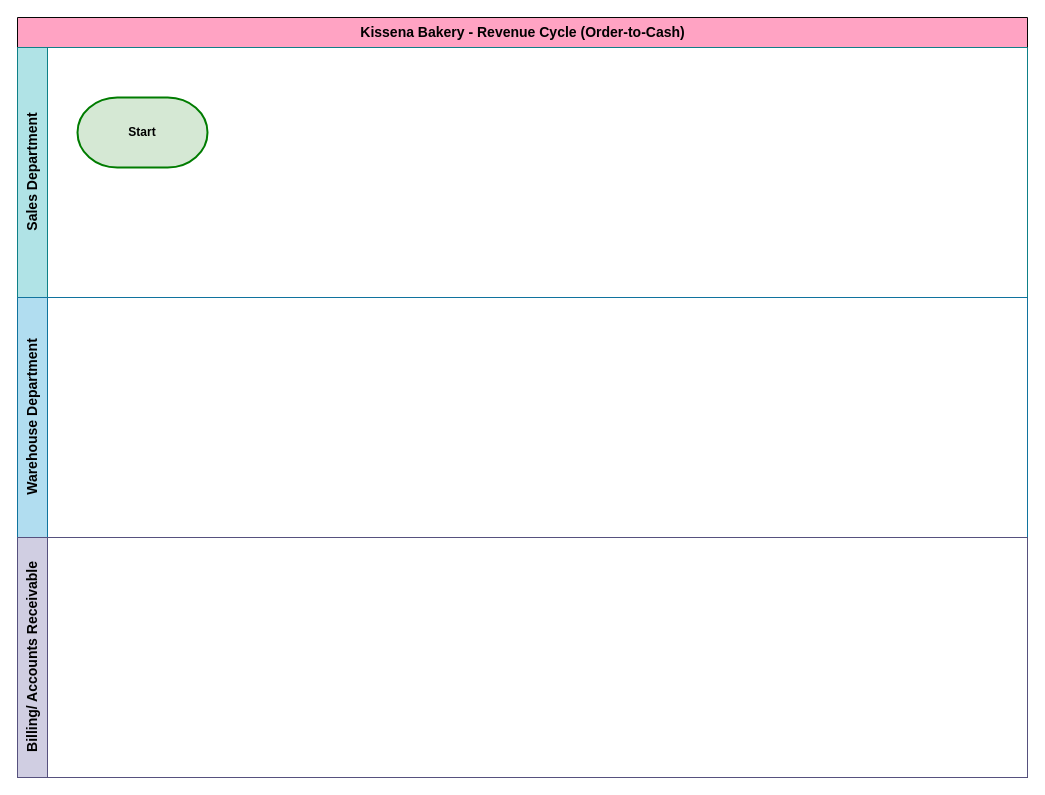
talyasharoni51-a11y/drawio keeps this draw.io diagram as page "Page-1" (1 of 2) of Revenue_Cycle_Controls.drawio. Above is the earlier version. Source tidied: cells renumbered, new cells numbered last; positions are measured from the earlier drawing's top-left corner, leaving out a move shared by most shapes. Both pictures are drawn from the tidied source at 100%, with x=0, y=0 at pixel (17, 17).
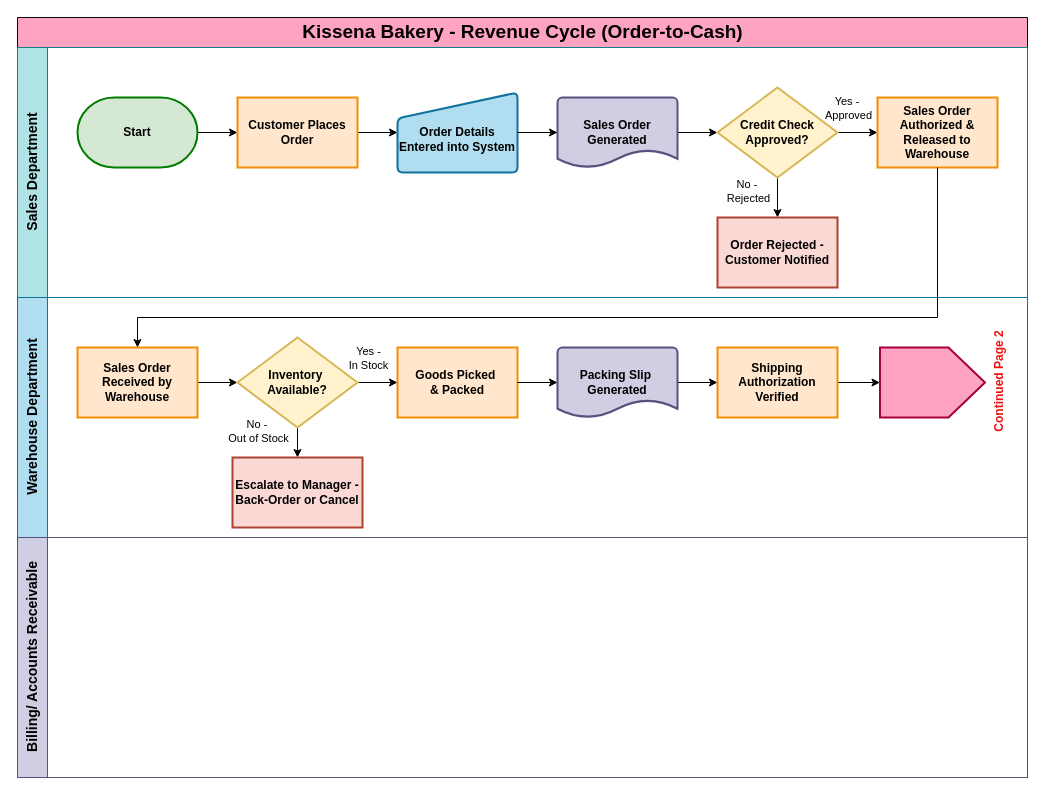
Above is the later version.

Unchanged cells that the change refers to:
```xml
<mxCell id="3" value="&lt;font style=&quot;font-size: 14px;&quot;&gt;Sales Department&lt;/font&gt;" style="swimlane;startSize=30;horizontal=0;html=1;fillColor=#b0e3e6;strokeColor=#0e8088;" parent="2" vertex="1">
  <mxGeometry y="30" width="1010" height="250" as="geometry" />
</mxCell>
<mxCell id="5" value="&lt;font style=&quot;font-size: 14px;&quot;&gt;Warehouse Department&lt;/font&gt;" style="swimlane;startSize=30;horizontal=0;html=1;fillColor=#b1ddf0;strokeColor=#10739e;" parent="2" vertex="1">
  <mxGeometry y="280" width="1010" height="240" as="geometry" />
</mxCell>
```

Diff of the diagram source:
```diff
@@
-    <mxCell id="2" value="&lt;font style=&quot;font-size: 14px;&quot;&gt;Kissena Bakery - Revenue Cycle (Order-to-Cash)&lt;/font&gt;" style="swimlane;horizontal=1;startSize=30;html=1;fillColor=light-dark(#ffa3c3, #512d2b);strokeColor=light-dark(#050505, #d7817e);" parent="1" vertex="1">
+    <mxCell id="2" value="&lt;font&gt;Kissena Bakery - Revenue Cycle (Order-to-Cash)&lt;/font&gt;" style="swimlane;horizontal=1;startSize=30;html=1;fillColor=light-dark(#ffa3c3, #ff90f3);strokeColor=light-dark(#050505, #d7817e);fontSize=19;" parent="1" vertex="1">
       <mxGeometry width="1010" height="760" as="geometry" />
     </mxCell>
@@
+    <mxCell id="7" style="edgeStyle=orthogonalEdgeStyle;rounded=0;jettySize=auto;html=1;exitX=1;exitY=0.5;exitDx=0;exitDy=0;exitPerimeter=0;entryX=0;entryY=0.5;entryDx=0;entryDy=0;" parent="3" edge="1" source="4" target="9">
+      <mxGeometry relative="1" as="geometry" />
+    </mxCell>
     <mxCell id="4" value="&lt;b&gt;Start&lt;/b&gt;" style="strokeWidth=2;html=1;shape=mxgraph.flowchart.terminator;whiteSpace=wrap;fillColor=#d5e8d4;strokeColor=#007C00;" parent="3" vertex="1">
-      <mxGeometry x="60" y="50" width="130" height="70" as="geometry" />
+      <mxGeometry x="60" y="50" width="120" height="70" as="geometry" />
     </mxCell>
+    <mxCell id="8" style="edgeStyle=orthogonalEdgeStyle;rounded=0;jettySize=auto;html=1;exitX=1;exitY=0.5;exitDx=0;exitDy=0;entryX=0;entryY=0.5;entryDx=0;entryDy=0;" parent="3" edge="1" source="9" target="10">
+      <mxGeometry relative="1" as="geometry" />
+    </mxCell>
+    <mxCell id="9" value="&lt;b&gt;Customer Places Order&lt;/b&gt;" style="html=1;dashed=0;whiteSpace=wrap;fillColor=#ffe6cc;strokeColor=light-dark(#f08e05, #996500);strokeWidth=2;" parent="3" vertex="1">
+      <mxGeometry x="220" y="50" width="120" height="70" as="geometry" />
+    </mxCell>
+    <mxCell id="10" value="&lt;div&gt;&lt;b&gt;&lt;br&gt;&lt;/b&gt;&lt;/div&gt;&lt;b&gt;Order Details Entered into System&lt;/b&gt;" style="html=1;strokeWidth=2;shape=manualInput;whiteSpace=wrap;rounded=1;size=26;arcSize=11;fillColor=#b1ddf0;strokeColor=#10739e;" parent="3" vertex="1">
+      <mxGeometry x="380" y="45" width="120" height="80" as="geometry" />
+    </mxCell>
+    <mxCell id="11" style="edgeStyle=orthogonalEdgeStyle;rounded=0;jettySize=auto;html=1;exitX=1;exitY=0.5;exitDx=0;exitDy=0;exitPerimeter=0;entryX=0;entryY=0.5;entryDx=0;entryDy=0;" parent="3" edge="1" source="12" target="17">
+      <mxGeometry relative="1" as="geometry" />
+    </mxCell>
+    <mxCell id="12" value="&lt;b&gt;Sales Order Generated&lt;/b&gt;" style="strokeWidth=2;html=1;shape=mxgraph.flowchart.document2;whiteSpace=wrap;size=0.25;fillColor=#d0cee2;strokeColor=#56517e;" parent="3" vertex="1">
+      <mxGeometry x="540" y="50" width="120" height="70" as="geometry" />
+    </mxCell>
+    <mxCell id="13" style="edgeStyle=orthogonalEdgeStyle;rounded=0;jettySize=auto;html=1;exitX=0.5;exitY=1;exitDx=0;exitDy=0;entryX=0.5;entryY=0;entryDx=0;entryDy=0;" parent="3" edge="1" source="17" target="18">
+      <mxGeometry relative="1" as="geometry" />
+    </mxCell>
+    <mxCell id="14" value="No -&amp;nbsp;&lt;div&gt;Rejected&lt;/div&gt;" style="edgeLabel;html=1;align=center;verticalAlign=middle;" parent="13" vertex="1">
+      <mxGeometry x="-0.37" y="1" relative="1" as="geometry">
+        <mxPoint x="-31" as="offset" />
+      </mxGeometry>
+    </mxCell>
+    <mxCell id="15" style="edgeStyle=orthogonalEdgeStyle;rounded=0;jettySize=auto;html=1;exitX=1;exitY=0.5;exitDx=0;exitDy=0;entryX=0;entryY=0.5;entryDx=0;entryDy=0;" parent="3" edge="1" source="17" target="19">
+      <mxGeometry relative="1" as="geometry" />
+    </mxCell>
+    <mxCell id="16" value="Yes -&amp;nbsp;&lt;div&gt;Approved&lt;/div&gt;" style="edgeLabel;html=1;align=center;verticalAlign=middle;" parent="15" vertex="1">
+      <mxGeometry x="-0.05" y="-4" relative="1" as="geometry">
+        <mxPoint x="-9" y="-29" as="offset" />
+      </mxGeometry>
+    </mxCell>
+    <mxCell id="17" value="&lt;b&gt;Credit Check Approved?&lt;/b&gt;" style="rhombus;whiteSpace=wrap;html=1;strokeWidth=2;fillColor=#fff2cc;strokeColor=#d6b656;" parent="3" vertex="1">
+      <mxGeometry x="700" y="40" width="120" height="90" as="geometry" />
+    </mxCell>
+    <mxCell id="18" value="&lt;b&gt;Order Rejected - Customer Notified&lt;/b&gt;" style="html=1;dashed=0;whiteSpace=wrap;fillColor=#fad9d5;strokeColor=#ae4132;strokeWidth=2;" parent="3" vertex="1">
+      <mxGeometry x="700" y="170" width="120" height="70" as="geometry" />
+    </mxCell>
+    <mxCell id="19" value="&lt;b&gt;Sales Order Authorized &amp;amp; Released to Warehouse&lt;/b&gt;" style="html=1;dashed=0;whiteSpace=wrap;fillColor=#ffe6cc;strokeColor=light-dark(#f08e05, #996500);strokeWidth=2;" parent="3" vertex="1">
+      <mxGeometry x="860" y="50" width="120" height="70" as="geometry" />
+    </mxCell>
+    <mxCell id="20" style="edgeStyle=orthogonalEdgeStyle;rounded=0;jettySize=auto;html=1;exitX=1;exitY=0.5;exitDx=0;exitDy=0;entryX=0;entryY=0.5;entryDx=0;entryDy=0;entryPerimeter=0;" parent="3" edge="1" source="10" target="12">
+      <mxGeometry relative="1" as="geometry" />
+    </mxCell>
@@
+    <mxCell id="21" style="edgeStyle=orthogonalEdgeStyle;rounded=0;jettySize=auto;html=1;exitX=1;exitY=0.5;exitDx=0;exitDy=0;entryX=0;entryY=0.5;entryDx=0;entryDy=0;" parent="5" edge="1" source="22" target="27">
+      <mxGeometry relative="1" as="geometry" />
+    </mxCell>
+    <mxCell id="22" value="&lt;b&gt;Sales Order Received by Warehouse&lt;/b&gt;" style="html=1;dashed=0;whiteSpace=wrap;fillColor=#ffe6cc;strokeColor=light-dark(#f08e05, #996500);strokeWidth=2;" parent="5" vertex="1">
+      <mxGeometry x="60" y="50" width="120" height="70" as="geometry" />
+    </mxCell>
+    <mxCell id="23" style="edgeStyle=orthogonalEdgeStyle;rounded=0;jettySize=auto;html=1;exitX=1;exitY=0.5;exitDx=0;exitDy=0;entryX=0;entryY=0.5;entryDx=0;entryDy=0;" parent="5" edge="1" source="27" target="29">
+      <mxGeometry relative="1" as="geometry" />
+    </mxCell>
+    <mxCell id="24" value="Yes -&lt;div&gt;In Stock&lt;/div&gt;" style="edgeLabel;html=1;align=center;verticalAlign=middle;" parent="23" vertex="1">
+      <mxGeometry x="-0.13" relative="1" as="geometry">
+        <mxPoint x="-7" y="-25" as="offset" />
+      </mxGeometry>
+    </mxCell>
+    <mxCell id="25" style="edgeStyle=orthogonalEdgeStyle;rounded=0;jettySize=auto;html=1;exitX=0.5;exitY=1;exitDx=0;exitDy=0;entryX=0.5;entryY=0;entryDx=0;entryDy=0;" parent="5" edge="1" source="27" target="28">
+      <mxGeometry relative="1" as="geometry" />
+    </mxCell>
+    <mxCell id="26" value="No -&amp;nbsp;&lt;div&gt;Out of Stock&lt;/div&gt;" style="edgeLabel;html=1;align=center;verticalAlign=middle;" parent="25" vertex="1">
+      <mxGeometry x="-0.77" y="-3" relative="1" as="geometry">
+        <mxPoint x="-37" as="offset" />
+      </mxGeometry>
+    </mxCell>
+    <mxCell id="27" value="&lt;b&gt;Inventory&amp;nbsp;&lt;/b&gt;&lt;div&gt;&lt;b&gt;Available?&lt;/b&gt;&lt;/div&gt;" style="rhombus;whiteSpace=wrap;html=1;strokeWidth=2;fillColor=#fff2cc;strokeColor=#d6b656;" parent="5" vertex="1">
+      <mxGeometry x="220" y="40" width="120" height="90" as="geometry" />
+    </mxCell>
+    <mxCell id="28" value="&lt;b&gt;Escalate to Manager - Back-Order or Cancel&lt;/b&gt;" style="html=1;dashed=0;whiteSpace=wrap;fillColor=#fad9d5;strokeColor=#ae4132;strokeWidth=2;" parent="5" vertex="1">
+      <mxGeometry x="215" y="160" width="130" height="70" as="geometry" />
+    </mxCell>
+    <mxCell id="29" value="&lt;b&gt;Goods Picked&amp;nbsp;&lt;/b&gt;&lt;div&gt;&lt;b&gt;&amp;amp; Packed&lt;/b&gt;&lt;/div&gt;" style="html=1;dashed=0;whiteSpace=wrap;fillColor=#ffe6cc;strokeColor=light-dark(#f08e05, #996500);strokeWidth=2;" parent="5" vertex="1">
+      <mxGeometry x="380" y="50" width="120" height="70" as="geometry" />
+    </mxCell>
+    <mxCell id="30" style="edgeStyle=orthogonalEdgeStyle;rounded=0;jettySize=auto;html=1;exitX=1;exitY=0.5;exitDx=0;exitDy=0;exitPerimeter=0;entryX=0;entryY=0.5;entryDx=0;entryDy=0;" parent="5" edge="1" source="31" target="33">
+      <mxGeometry relative="1" as="geometry" />
+    </mxCell>
+    <mxCell id="31" value="&lt;b&gt;Packing Slip&amp;nbsp;&lt;/b&gt;&lt;div&gt;&lt;b&gt;Generated&lt;/b&gt;&lt;/div&gt;" style="strokeWidth=2;html=1;shape=mxgraph.flowchart.document2;whiteSpace=wrap;size=0.25;fillColor=#d0cee2;strokeColor=#56517e;" parent="5" vertex="1">
+      <mxGeometry x="540" y="50" width="120" height="70" as="geometry" />
+    </mxCell>
+    <mxCell id="32" style="edgeStyle=orthogonalEdgeStyle;rounded=0;jettySize=auto;html=1;exitX=1;exitY=0.5;exitDx=0;exitDy=0;entryX=0.5;entryY=0;entryDx=0;entryDy=0;" parent="5" edge="1" source="33" target="35">
+      <mxGeometry relative="1" as="geometry" />
+    </mxCell>
+    <mxCell id="33" value="&lt;b&gt;Shipping Authorization Verified&lt;/b&gt;" style="html=1;dashed=0;whiteSpace=wrap;fillColor=#ffe6cc;strokeColor=light-dark(#f08e05, #996500);strokeWidth=2;" parent="5" vertex="1">
+      <mxGeometry x="700" y="50" width="120" height="70" as="geometry" />
+    </mxCell>
+    <mxCell id="34" style="edgeStyle=orthogonalEdgeStyle;rounded=0;jettySize=auto;html=1;exitX=1;exitY=0.5;exitDx=0;exitDy=0;entryX=0;entryY=0.5;entryDx=0;entryDy=0;entryPerimeter=0;" parent="5" edge="1" source="29" target="31">
+      <mxGeometry relative="1" as="geometry" />
+    </mxCell>
+    <mxCell id="35" value="&lt;b&gt;&lt;font style=&quot;color: light-dark(rgb(238, 17, 17), rgb(237, 237, 237));&quot;&gt;Continued Page 2&lt;/font&gt;&lt;/b&gt;&lt;div&gt;&lt;br&gt;&lt;/div&gt;" style="verticalLabelPosition=bottom;verticalAlign=top;html=1;shape=offPageConnector;rounded=0;size=0.34782608695652173;rotation=-90;fillColor=light-dark(#ffa3c3, #ff90f3);fontColor=#ffffff;strokeColor=#A50040;strokeWidth=2;" parent="5" vertex="1">
+      <mxGeometry x="880" y="32.5" width="70" height="105" as="geometry" />
+    </mxCell>
@@
+    <mxCell id="36" style="edgeStyle=orthogonalEdgeStyle;rounded=0;jettySize=auto;html=1;exitX=0.5;exitY=1;exitDx=0;exitDy=0;entryX=0.5;entryY=0;entryDx=0;entryDy=0;" parent="2" edge="1" source="19" target="22">
+      <mxGeometry relative="1" as="geometry">
+        <Array as="points">
+          <mxPoint x="920" y="300" />
+          <mxPoint x="120" y="300" />
+        </Array>
+      </mxGeometry>
+    </mxCell>
```
